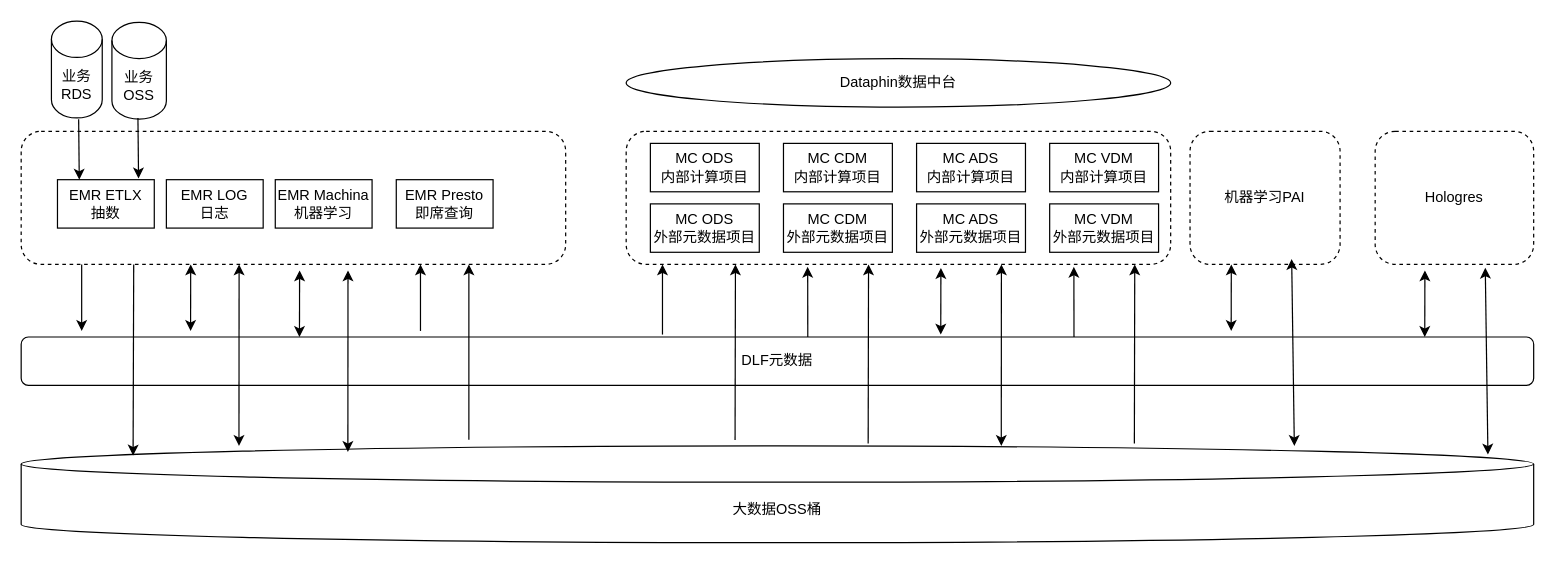
The draw.io diagram lake-dw-union.drawio in jimmycheng603/findmaven, before the edit. Source tidied: cells renumbered, new cells numbered last; positions are measured from the earlier drawing's top-left corner, leaving out a move shared by most shapes. Both pictures are drawn from the tidied source at 121%, with x=0, y=0 at pixel (21, 21).
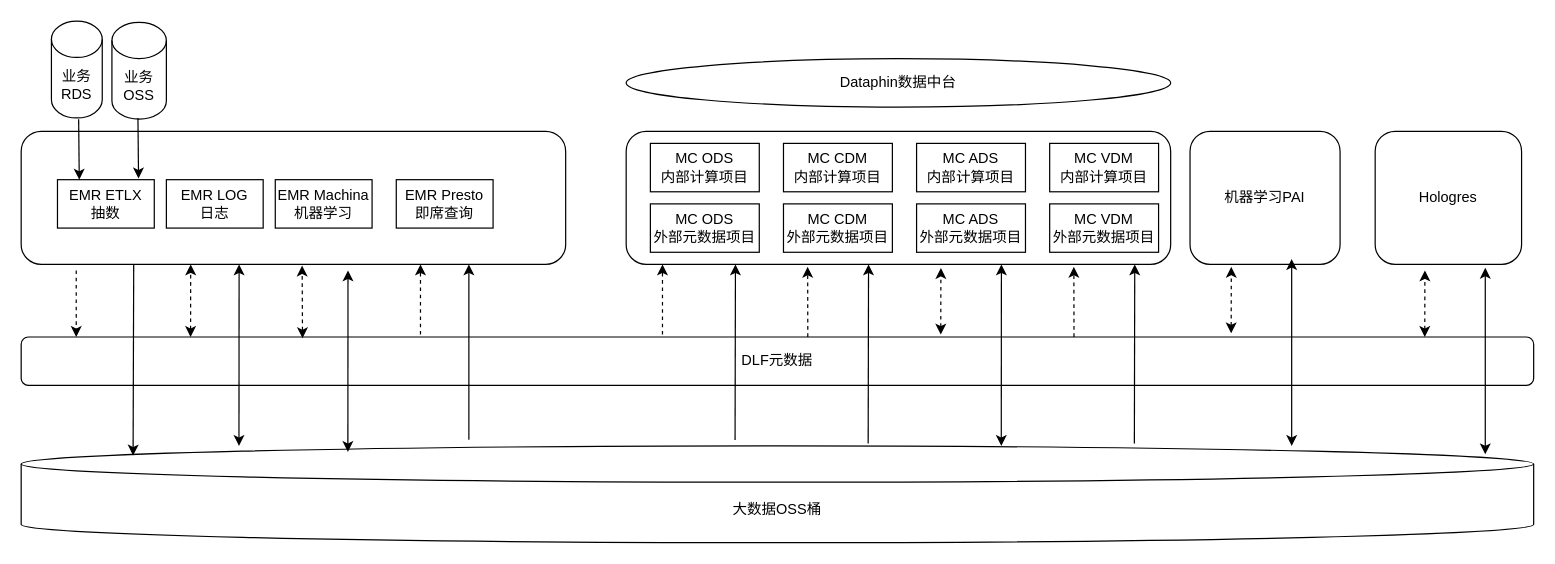
After the change.

Unchanged cells that the change refers to:
```xml
<mxCell id="4" value="DLF元数据" style="rounded=1;whiteSpace=wrap;html=1;" parent="1" vertex="1">
  <mxGeometry y="261" width="1250" height="40" as="geometry" />
</mxCell>
```

The edit, as a diff of the source:
```diff
@@
-    <mxCell id="2" style="rounded=1;whiteSpace=wrap;html=1;dashed=1;" parent="1" vertex="1">
+    <mxCell id="2" style="rounded=1;whiteSpace=wrap;html=1;" parent="1" vertex="1">
       <mxGeometry y="91" width="450" height="110" as="geometry" />
     </mxCell>
@@
-    <mxCell id="6" style="endArrow=classic;html=1;" parent="1" edge="1">
+    <mxCell id="6" style="endArrow=classic;html=1;dashed=1;" parent="1" edge="1">
       <mxGeometry relative="1" as="geometry">
-        <mxPoint x="50" y="201" as="sourcePoint" />
-        <mxPoint x="50" y="256" as="targetPoint" />
+        <mxPoint x="45.5" y="206" as="sourcePoint" />
+        <mxPoint x="45.5" y="261" as="targetPoint" />
       </mxGeometry>
     </mxCell>
@@
-    <mxCell id="15" style="endArrow=classic;html=1;" parent="1" edge="1">
+    <mxCell id="15" style="endArrow=classic;html=1;dashed=1;" parent="1" edge="1">
       <mxGeometry relative="1" as="geometry">
-        <mxPoint x="330" y="256" as="sourcePoint" />
+        <mxPoint x="330" y="259" as="sourcePoint" />
         <mxPoint x="330" y="201" as="targetPoint" />
       </mxGeometry>
     </mxCell>
@@
-    <mxCell id="17" style="rounded=1;whiteSpace=wrap;html=1;dashed=1;" parent="1" vertex="1">
+    <mxCell id="17" style="rounded=1;whiteSpace=wrap;html=1;" parent="1" vertex="1">
       <mxGeometry x="500" y="91" width="450" height="110" as="geometry" />
     </mxCell>
@@
-    <mxCell id="27" style="endArrow=classic;html=1;" parent="1" edge="1">
+    <mxCell id="27" style="endArrow=classic;html=1;dashed=1;" parent="1" edge="1">
       <mxGeometry relative="1" as="geometry">
         <mxPoint x="530" y="259" as="sourcePoint" />
         <mxPoint x="530" y="201" as="targetPoint" />
       </mxGeometry>
     </mxCell>
@@
-    <mxCell id="29" style="endArrow=classic;html=1;exitX=0.558;exitY=-0.05;exitDx=0;exitDy=0;exitPerimeter=0;" parent="1" edge="1">
+    <mxCell id="29" style="endArrow=classic;html=1;exitX=0.558;exitY=-0.05;exitDx=0;exitDy=0;exitPerimeter=0;dashed=1;" parent="1" edge="1">
       <mxGeometry relative="1" as="geometry">
         <mxPoint x="650.1" y="261" as="sourcePoint" />
         <mxPoint x="650" y="203" as="targetPoint" />
       </mxGeometry>
     </mxCell>
@@
-    <mxCell id="31" style="endArrow=classic;html=1;exitX=0.558;exitY=-0.05;exitDx=0;exitDy=0;exitPerimeter=0;" parent="1" edge="1">
+    <mxCell id="31" style="endArrow=classic;html=1;exitX=0.558;exitY=-0.05;exitDx=0;exitDy=0;exitPerimeter=0;dashed=1;" parent="1" edge="1">
       <mxGeometry relative="1" as="geometry">
         <mxPoint x="870.1" y="261" as="sourcePoint" />
         <mxPoint x="870" y="203" as="targetPoint" />
       </mxGeometry>
     </mxCell>
@@
-    <mxCell id="33" style="endArrow=classic;startArrow=classic;html=1;entryX=0.578;entryY=1.027;entryDx=0;entryDy=0;entryPerimeter=0;" parent="1" edge="1" target="17">
+    <mxCell id="33" style="endArrow=classic;startArrow=classic;html=1;entryX=0.578;entryY=1.027;entryDx=0;entryDy=0;entryPerimeter=0;dashed=1;" parent="1" edge="1" target="17">
       <mxGeometry relative="1" as="geometry">
         <mxPoint x="760" y="259" as="sourcePoint" />
       </mxGeometry>
     </mxCell>
@@
-    <mxCell id="35" value="机器学习PAI" style="rounded=1;whiteSpace=wrap;html=1;dashed=1;" parent="1" vertex="1">
+    <mxCell id="35" value="机器学习PAI" style="rounded=1;whiteSpace=wrap;html=1;" parent="1" vertex="1">
       <mxGeometry x="966" y="91" width="124" height="110" as="geometry" />
     </mxCell>
-    <mxCell id="36" value="Hologres" style="rounded=1;whiteSpace=wrap;html=1;dashed=1;" parent="1" vertex="1">
-      <mxGeometry x="1119" y="91" width="131" height="110" as="geometry" />
+    <mxCell id="36" value="Hologres" style="rounded=1;whiteSpace=wrap;html=1;" parent="1" vertex="1">
+      <mxGeometry x="1119" y="91" width="121" height="110" as="geometry" />
     </mxCell>
-    <mxCell id="37" style="endArrow=classic;startArrow=classic;html=1;entryX=0.578;entryY=1.027;entryDx=0;entryDy=0;entryPerimeter=0;" parent="1" edge="1">
+    <mxCell id="37" style="endArrow=classic;startArrow=classic;html=1;entryX=0.578;entryY=1.027;entryDx=0;entryDy=0;entryPerimeter=0;dashed=1;" parent="1" edge="1">
       <mxGeometry relative="1" as="geometry">
-        <mxPoint x="1000" y="256" as="sourcePoint" />
-        <mxPoint x="1000.1" y="201" as="targetPoint" />
+        <mxPoint x="1000" y="258" as="sourcePoint" />
+        <mxPoint x="1000.1" y="203" as="targetPoint" />
       </mxGeometry>
     </mxCell>
-    <mxCell id="38" style="endArrow=classic;startArrow=classic;html=1;entryX=0.578;entryY=1.027;entryDx=0;entryDy=0;entryPerimeter=0;exitX=0.855;exitY=0;exitDx=0;exitDy=4.35;exitPerimeter=0;" parent="1" edge="1">
+    <mxCell id="38" style="endArrow=classic;startArrow=classic;html=1;entryX=0.578;entryY=1.027;entryDx=0;entryDy=0;entryPerimeter=0;" parent="1" edge="1">
       <mxGeometry relative="1" as="geometry">
-        <mxPoint x="1052.2" y="351" as="sourcePoint" />
+        <mxPoint x="1050" y="351" as="sourcePoint" />
         <mxPoint x="1050" y="196.6" as="targetPoint" />
       </mxGeometry>
     </mxCell>
-    <mxCell id="39" style="endArrow=classic;startArrow=classic;html=1;entryX=0.578;entryY=1.027;entryDx=0;entryDy=0;entryPerimeter=0;exitX=0.855;exitY=0;exitDx=0;exitDy=4.35;exitPerimeter=0;" parent="1" edge="1">
+    <mxCell id="39" style="endArrow=classic;startArrow=classic;html=1;entryX=0.578;entryY=1.027;entryDx=0;entryDy=0;entryPerimeter=0;" parent="1" edge="1">
       <mxGeometry relative="1" as="geometry">
-        <mxPoint x="1212.2" y="358.2" as="sourcePoint" />
+        <mxPoint x="1210" y="358" as="sourcePoint" />
         <mxPoint x="1210" y="203.8" as="targetPoint" />
       </mxGeometry>
     </mxCell>
-    <mxCell id="40" style="endArrow=classic;startArrow=classic;html=1;entryX=0.578;entryY=1.027;entryDx=0;entryDy=0;entryPerimeter=0;" parent="1" edge="1">
+    <mxCell id="40" style="endArrow=classic;startArrow=classic;html=1;entryX=0.578;entryY=1.027;entryDx=0;entryDy=0;entryPerimeter=0;dashed=1;" parent="1" edge="1">
       <mxGeometry relative="1" as="geometry">
         <mxPoint x="1160" y="261" as="sourcePoint" />
         <mxPoint x="1160.1" y="206" as="targetPoint" />
       </mxGeometry>
     </mxCell>
-    <mxCell id="41" style="endArrow=classic;startArrow=classic;html=1;entryX=0.578;entryY=1.027;entryDx=0;entryDy=0;entryPerimeter=0;" parent="1" edge="1">
+    <mxCell id="41" style="endArrow=classic;startArrow=classic;html=1;entryX=0.578;entryY=1.027;entryDx=0;entryDy=0;entryPerimeter=0;dashed=1;exitX=0.112;exitY=0;exitDx=0;exitDy=0;exitPerimeter=0;" parent="1" edge="1" source="4">
       <mxGeometry relative="1" as="geometry">
-        <mxPoint x="140" y="256" as="sourcePoint" />
         <mxPoint x="140.1" y="201" as="targetPoint" />
       </mxGeometry>
     </mxCell>
@@
-    <mxCell id="44" style="endArrow=classic;startArrow=classic;html=1;entryX=0.578;entryY=1.027;entryDx=0;entryDy=0;entryPerimeter=0;" parent="1" edge="1">
-      <mxGeometry relative="1" as="geometry">
-        <mxPoint x="230" y="261" as="sourcePoint" />
-        <mxPoint x="230.1" y="206" as="targetPoint" />
-      </mxGeometry>
+    <mxCell id="44" style="endArrow=classic;startArrow=classic;html=1;dashed=1;entryX=0.516;entryY=1.009;entryDx=0;entryDy=0;entryPerimeter=0;exitX=0.186;exitY=0.025;exitDx=0;exitDy=0;exitPerimeter=0;" parent="1" edge="1" source="4" target="2">
+      <mxGeometry relative="1" as="geometry" />
     </mxCell>
```
